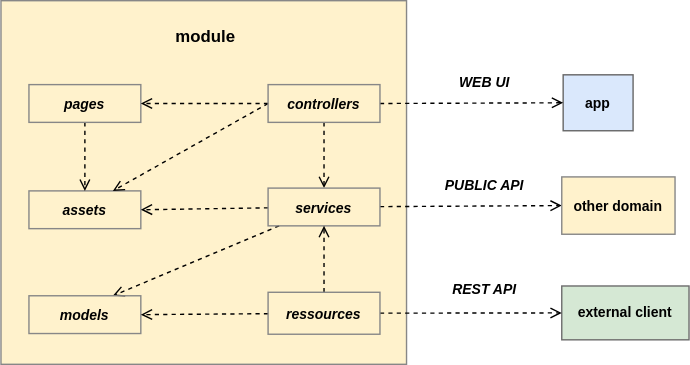
This is docs/diagrams/pigal_module_structure.drawio.svg from MalcomChumchouaPenda/Pigal-Flask, a draw.io export, as it was before one commit. Source tidied: cells renumbered, new cells last; positions are measured from the earlier drawing's top-left corner, leaving out a move shared by most shapes.
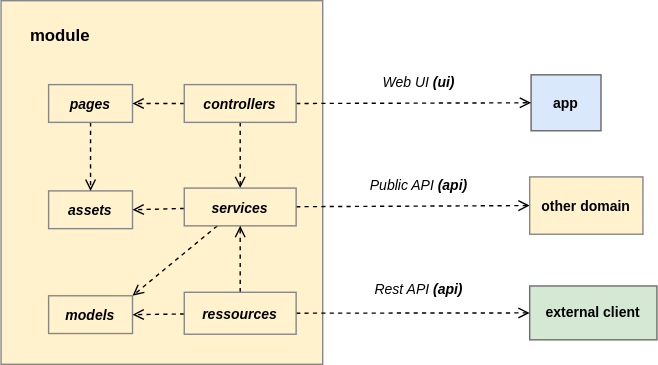
The same diagram one commit later.

Commit message:
change theme/module architecture

The edit, as a diff of the source:
```diff
@@ -3,32 +3,29 @@
     <mxCell id="0" />
     <mxCell id="1" parent="0" />
     <mxCell id="2" style="rounded=0;whiteSpace=wrap;html=1;fillColor=#FFF2CC;strokeColor=#878787;fontSize=12;" parent="1" vertex="1">
-      <mxGeometry width="290" height="260" as="geometry" />
+      <mxGeometry width="230" height="260" as="geometry" />
     </mxCell>
     <mxCell id="3" value="module" style="text;html=1;strokeColor=none;fillColor=none;align=center;verticalAlign=middle;whiteSpace=wrap;rounded=0;fontStyle=1;fontSize=12;" parent="1" vertex="1">
-      <mxGeometry x="116" y="11" width="61" height="30" as="geometry" />
+      <mxGeometry x="12" y="10" width="61" height="30" as="geometry" />
     </mxCell>
     <mxCell id="4" value="assets" style="rounded=0;whiteSpace=wrap;html=1;fillColor=none;fontStyle=3;fontSize=10;strokeColor=#878787;strokeWidth=1;flipV=1;" parent="1" vertex="1">
-      <mxGeometry x="20" y="136" width="80" height="27" as="geometry" />
+      <mxGeometry x="34" y="136" width="60" height="27" as="geometry" />
     </mxCell>
     <mxCell id="5" style="edgeStyle=none;html=1;entryX=0.5;entryY=0;entryDx=0;entryDy=0;dashed=1;endArrow=open;endFill=0;" parent="1" edge="1" source="6" target="4">
       <mxGeometry relative="1" as="geometry" />
     </mxCell>
     <mxCell id="6" value="pages" style="rounded=0;whiteSpace=wrap;html=1;fillColor=none;fontStyle=3;fontSize=10;strokeColor=#878787;strokeWidth=1;flipV=1;" parent="1" vertex="1">
-      <mxGeometry x="20" y="60" width="80" height="27" as="geometry" />
+      <mxGeometry x="34" y="60" width="60" height="27" as="geometry" />
     </mxCell>
     <mxCell id="7" value="app" style="rounded=0;whiteSpace=wrap;html=1;fillColor=#dae8fc;fontStyle=1;fontSize=10;strokeColor=#666666;strokeWidth=1;" parent="1" vertex="1">
-      <mxGeometry x="402" y="53" width="50" height="40" as="geometry" />
+      <mxGeometry x="379" y="53" width="50" height="40" as="geometry" />
     </mxCell>
     <mxCell id="8" value="external client" style="rounded=0;whiteSpace=wrap;html=1;fillColor=#d5e8d4;fontStyle=1;fontSize=10;strokeColor=#6C6C6C;strokeWidth=1;" parent="1" vertex="1">
-      <mxGeometry x="401" y="204" width="91" height="38.5" as="geometry" />
+      <mxGeometry x="378" y="204" width="91" height="38.5" as="geometry" />
     </mxCell>
     <mxCell id="9" style="edgeStyle=none;html=1;exitX=0.5;exitY=1;exitDx=0;exitDy=0;entryX=0.5;entryY=0;entryDx=0;entryDy=0;dashed=1;endArrow=open;endFill=0;" parent="1" edge="1" source="13" target="17">
       <mxGeometry relative="1" as="geometry" />
     </mxCell>
-    <mxCell id="10" style="edgeStyle=none;html=1;entryX=0.75;entryY=0;entryDx=0;entryDy=0;exitX=0;exitY=0.5;exitDx=0;exitDy=0;dashed=1;endArrow=open;endFill=0;" parent="1" edge="1" source="13" target="4">
-      <mxGeometry relative="1" as="geometry" />
-    </mxCell>
     <mxCell id="11" style="edgeStyle=none;html=1;entryX=1;entryY=0.5;entryDx=0;entryDy=0;dashed=1;endArrow=open;endFill=0;" parent="1" edge="1" source="13" target="6">
       <mxGeometry relative="1" as="geometry" />
     </mxCell>
@@ -36,25 +33,25 @@
       <mxGeometry relative="1" as="geometry" />
     </mxCell>
     <mxCell id="13" value="controllers" style="rounded=0;whiteSpace=wrap;html=1;fillColor=none;fontStyle=3;fontSize=10;strokeColor=#878787;strokeWidth=1;flipV=1;" parent="1" vertex="1">
-      <mxGeometry x="191" y="60" width="80" height="27" as="geometry" />
+      <mxGeometry x="131" y="60" width="80" height="27" as="geometry" />
     </mxCell>
     <mxCell id="14" style="edgeStyle=none;html=1;entryX=1;entryY=0.5;entryDx=0;entryDy=0;dashed=1;endArrow=open;endFill=0;" parent="1" edge="1" source="17" target="4">
       <mxGeometry relative="1" as="geometry" />
     </mxCell>
-    <mxCell id="15" style="edgeStyle=none;html=1;entryX=0.75;entryY=0;entryDx=0;entryDy=0;dashed=1;endArrow=open;endFill=0;" parent="1" edge="1" source="17" target="18">
+    <mxCell id="15" style="edgeStyle=none;html=1;entryX=1;entryY=0;entryDx=0;entryDy=0;dashed=1;endArrow=open;endFill=0;" parent="1" edge="1" source="17" target="18">
       <mxGeometry relative="1" as="geometry" />
     </mxCell>
     <mxCell id="16" style="edgeStyle=none;html=1;entryX=0;entryY=0.5;entryDx=0;entryDy=0;dashed=1;endArrow=open;endFill=0;rounded=0;curved=0;" parent="1" edge="1" source="17" target="24">
       <mxGeometry relative="1" as="geometry" />
     </mxCell>
     <mxCell id="17" value="services" style="rounded=0;whiteSpace=wrap;html=1;fillColor=none;fontStyle=3;fontSize=10;strokeColor=#878787;strokeWidth=1;flipV=1;" parent="1" vertex="1">
-      <mxGeometry x="191" y="134" width="80" height="27" as="geometry" />
+      <mxGeometry x="131" y="134" width="80" height="27" as="geometry" />
     </mxCell>
     <mxCell id="18" value="models" style="rounded=0;whiteSpace=wrap;html=1;fillColor=none;fontStyle=3;fontSize=10;strokeColor=#878787;strokeWidth=1;flipV=1;" parent="1" vertex="1">
-      <mxGeometry x="20" y="211" width="80" height="27" as="geometry" />
+      <mxGeometry x="34" y="211" width="60" height="27" as="geometry" />
     </mxCell>
-    <mxCell id="19" value="WEB UI" style="rounded=0;whiteSpace=wrap;html=1;fillColor=none;fontStyle=3;fontSize=10;strokeColor=none;strokeWidth=1;dashed=1;" parent="1" vertex="1">
-      <mxGeometry x="306" y="44" width="80" height="27" as="geometry" />
+    <mxCell id="19" value="&lt;span style=&quot;font-weight: normal;&quot;&gt;Web UI &lt;/span&gt;(ui)" style="rounded=0;whiteSpace=wrap;html=1;fillColor=none;fontStyle=3;fontSize=10;strokeColor=none;strokeWidth=1;dashed=1;" parent="1" vertex="1">
+      <mxGeometry x="259" y="44" width="80" height="27" as="geometry" />
     </mxCell>
     <mxCell id="20" style="edgeStyle=none;html=1;entryX=0.5;entryY=1;entryDx=0;entryDy=0;dashed=1;endArrow=open;endFill=0;" parent="1" edge="1" source="23" target="17">
       <mxGeometry relative="1" as="geometry" />
@@ -66,16 +63,16 @@
       <mxGeometry relative="1" as="geometry" />
     </mxCell>
     <mxCell id="23" value="ressources" style="rounded=0;whiteSpace=wrap;html=1;fillColor=none;fontStyle=3;fontSize=10;strokeColor=#878787;strokeWidth=1;flipV=1;" parent="1" vertex="1">
-      <mxGeometry x="191" y="208.5" width="80" height="30" as="geometry" />
+      <mxGeometry x="131" y="208.5" width="80" height="30" as="geometry" />
     </mxCell>
     <mxCell id="24" value="other domain" style="rounded=0;whiteSpace=wrap;html=1;fillColor=#FFF2CC;fontStyle=1;fontSize=10;strokeColor=#878787;strokeWidth=1;flipV=1;" parent="1" vertex="1">
-      <mxGeometry x="401" y="126" width="81" height="41" as="geometry" />
+      <mxGeometry x="378" y="126" width="81" height="41" as="geometry" />
     </mxCell>
-    <mxCell id="25" value="PUBLIC API" style="rounded=0;whiteSpace=wrap;html=1;fillColor=none;fontStyle=3;fontSize=10;strokeColor=none;strokeWidth=1;dashed=1;" parent="1" vertex="1">
-      <mxGeometry x="306" y="118" width="80" height="27" as="geometry" />
+    <mxCell id="25" value="&lt;span style=&quot;font-weight: normal;&quot;&gt;Public API&lt;/span&gt; (api)" style="rounded=0;whiteSpace=wrap;html=1;fillColor=none;fontStyle=3;fontSize=10;strokeColor=none;strokeWidth=1;dashed=1;" parent="1" vertex="1">
+      <mxGeometry x="259" y="118" width="80" height="27" as="geometry" />
     </mxCell>
-    <mxCell id="26" value="REST API" style="rounded=0;whiteSpace=wrap;html=1;fillColor=none;fontStyle=3;fontSize=10;strokeColor=none;strokeWidth=1;dashed=1;" parent="1" vertex="1">
-      <mxGeometry x="306" y="192" width="80" height="27" as="geometry" />
+    <mxCell id="26" value="&lt;span style=&quot;font-weight: normal;&quot;&gt;Rest API &lt;/span&gt;(api)" style="rounded=0;whiteSpace=wrap;html=1;fillColor=none;fontStyle=3;fontSize=10;strokeColor=none;strokeWidth=1;dashed=1;" parent="1" vertex="1">
+      <mxGeometry x="259" y="192" width="80" height="27" as="geometry" />
     </mxCell>
   </root>
 </mxGraphModel>
```
